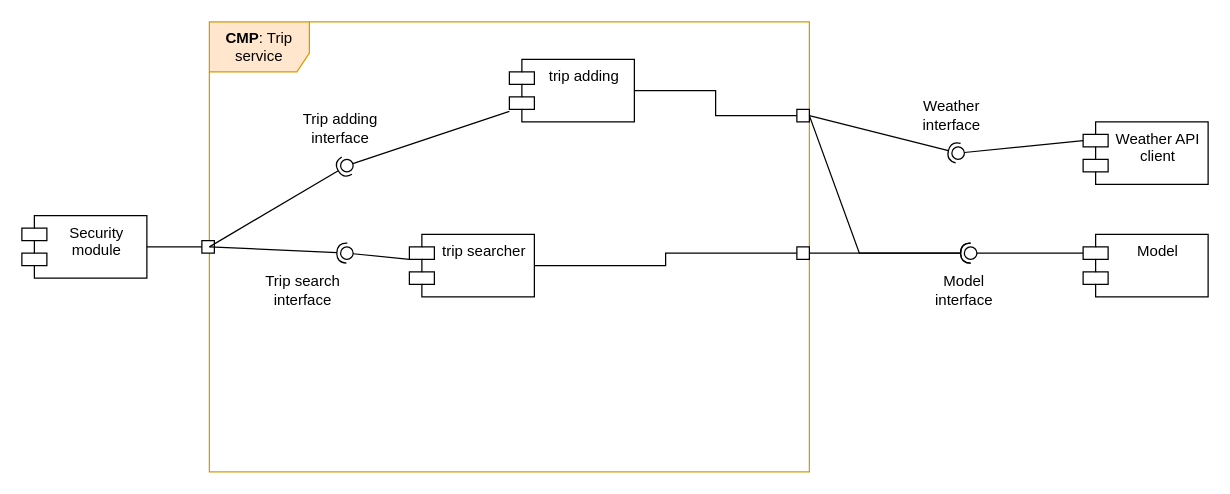
jacopobellosi/Bellosi-Montanelli-Tempobono keeps this draw.io diagram as page "Trip_detailed_view" (5 of 7) of DD/LaTeXCode/images/drawio/Component_diagram.drawio. Above is the earlier version. Source tidied: cells renumbered, new cells numbered last; positions are measured from the earlier drawing's top-left corner, leaving out a move shared by most shapes. Both pictures are drawn from the tidied source at 125%, with x=0, y=0 at pixel (21, 21).
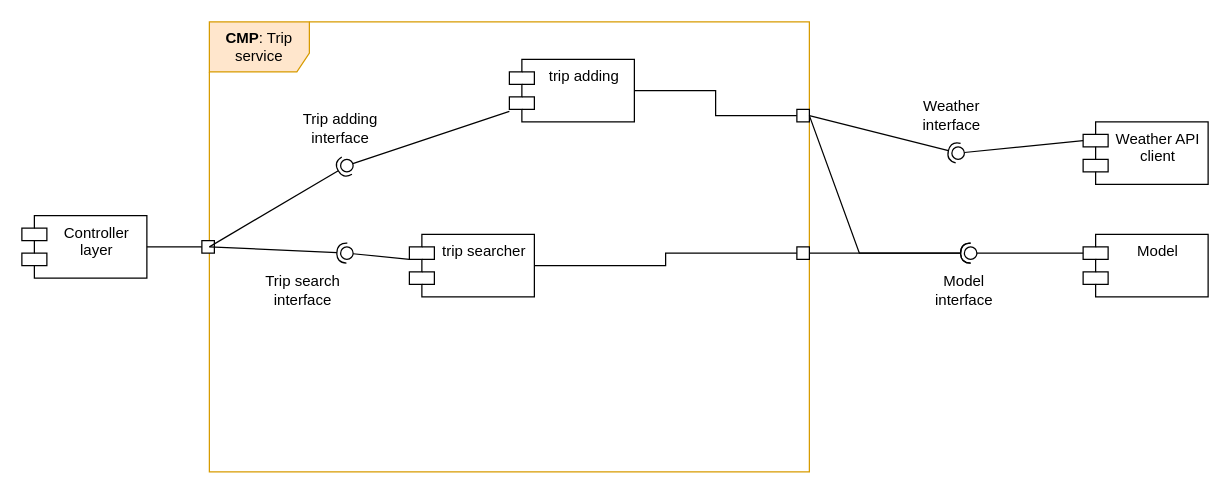
The same diagram, later.

Change to the diagram source:
```diff
@@
-    <mxCell id="6" value="Security&lt;br&gt;module" style="shape=module;align=left;spacingLeft=20;align=center;verticalAlign=top;whiteSpace=wrap;html=1;" parent="1" vertex="1">
+    <mxCell id="6" value="Controller&lt;br&gt;layer" style="shape=module;align=left;spacingLeft=20;align=center;verticalAlign=top;whiteSpace=wrap;html=1;" parent="1" vertex="1">
       <mxGeometry y="155" width="100" height="50" as="geometry" />
     </mxCell>
```
